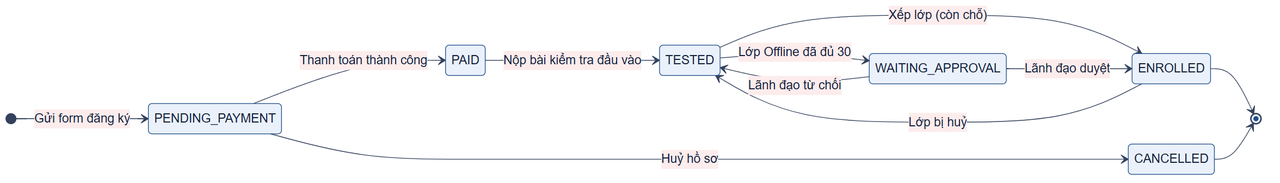
The Mermaid diagram docs/diagrams/png/st_02_hoso.png in leekwanreal/ProjectII, before a commit. Its source is kept beside it as docs/diagrams/src/st_02_hoso.mmd.
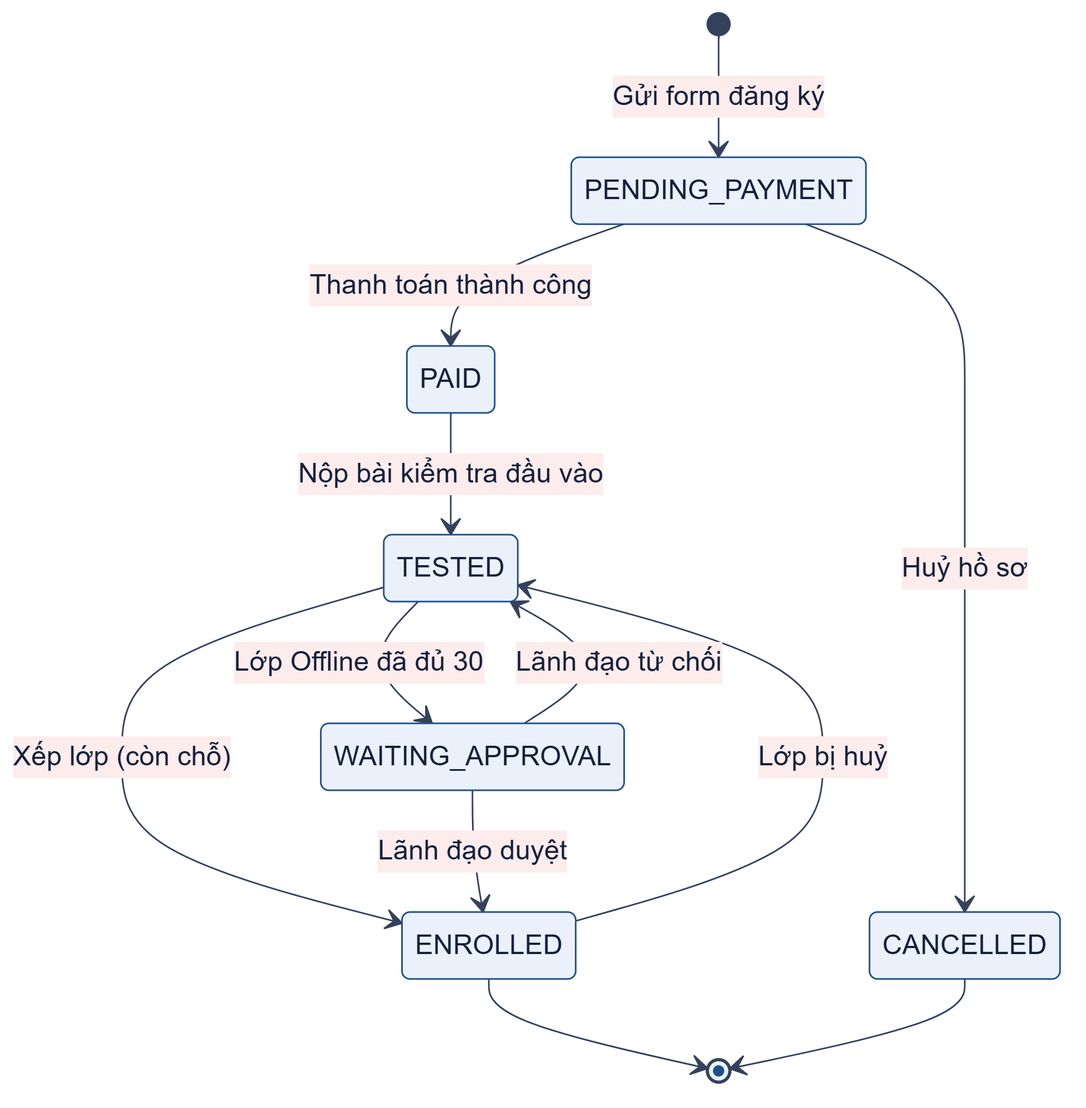
Later version of the same file.

The edit, as a diff of the source:
```diff
@@ -1,5 +1,5 @@
 stateDiagram-v2
-  direction LR
+  direction TB
   [*] --> PENDING_PAYMENT: Gửi form đăng ký
   PENDING_PAYMENT --> PAID: Thanh toán thành công
   PENDING_PAYMENT --> CANCELLED: Huỷ hồ sơ
```
